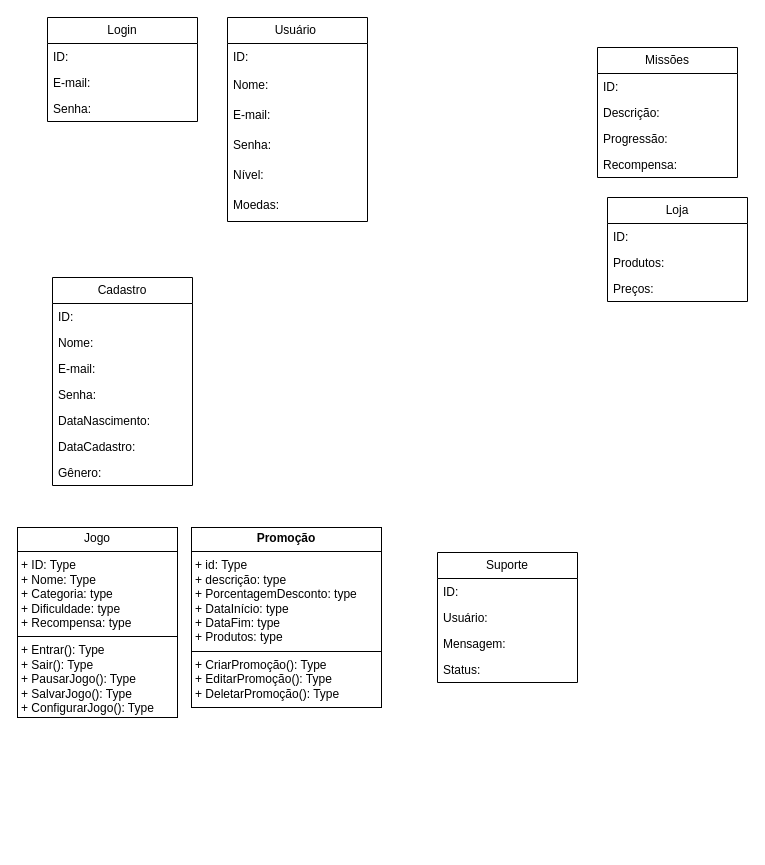
The draw.io diagram page "Página-5" (5 of 5) of Diagrama sem nome.drawio in Emerson0914/diagramasderequisitos, before the edit. Source tidied: cells renumbered, new cells numbered last; positions are measured from the earlier drawing's top-left corner, leaving out a move shared by most shapes. Both pictures are drawn from the tidied source at 100%, with x=0, y=0 at pixel (17, 17).
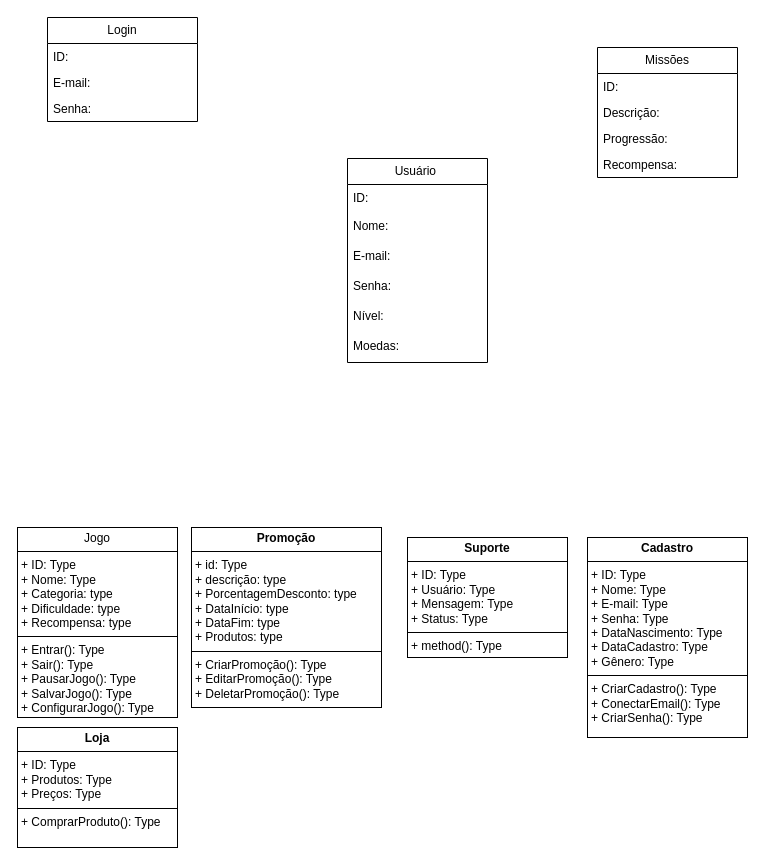
After the change.

The edit, as a diff of the source:
```diff
@@
     <mxCell id="2" value="Usuário&amp;nbsp;" style="swimlane;fontStyle=0;horizontal=1;startSize=26;fillColor=none;whiteSpace=wrap;html=1;" parent="1" vertex="1">
-      <mxGeometry x="210" width="140" height="204" as="geometry" />
+      <mxGeometry x="330" y="141" width="140" height="204" as="geometry" />
     </mxCell>
@@
-    <mxCell id="14" value="Loja" style="swimlane;fontStyle=0;horizontal=1;startSize=26;fillColor=none;whiteSpace=wrap;html=1;" parent="1" vertex="1">
-      <mxGeometry x="590" y="180" width="140" height="104" as="geometry" />
-    </mxCell>
-    <mxCell id="15" value="ID:" style="text;strokeColor=none;fillColor=none;align=left;verticalAlign=top;spacingLeft=4;spacingRight=4;overflow=hidden;whiteSpace=wrap;html=1;" parent="14" vertex="1">
-      <mxGeometry y="26" width="140" height="26" as="geometry" />
-    </mxCell>
-    <mxCell id="16" value="Produtos:" style="text;strokeColor=none;fillColor=none;align=left;verticalAlign=top;spacingLeft=4;spacingRight=4;overflow=hidden;whiteSpace=wrap;html=1;" parent="14" vertex="1">
-      <mxGeometry y="52" width="140" height="26" as="geometry" />
-    </mxCell>
-    <mxCell id="17" value="Preços:" style="text;strokeColor=none;fillColor=none;align=left;verticalAlign=top;spacingLeft=4;spacingRight=4;overflow=hidden;whiteSpace=wrap;html=1;" parent="14" vertex="1">
-      <mxGeometry y="78" width="140" height="26" as="geometry" />
-    </mxCell>
-    <mxCell id="18" value="Suporte" style="swimlane;fontStyle=0;horizontal=1;startSize=26;fillColor=none;whiteSpace=wrap;html=1;" parent="1" vertex="1">
-      <mxGeometry x="420" y="535" width="140" height="130" as="geometry" />
-    </mxCell>
-    <mxCell id="19" value="ID:" style="text;strokeColor=none;fillColor=none;align=left;verticalAlign=top;spacingLeft=4;spacingRight=4;overflow=hidden;whiteSpace=wrap;html=1;" parent="18" vertex="1">
-      <mxGeometry y="26" width="140" height="26" as="geometry" />
-    </mxCell>
-    <mxCell id="20" value="Usuário:" style="text;strokeColor=none;fillColor=none;align=left;verticalAlign=top;spacingLeft=4;spacingRight=4;overflow=hidden;whiteSpace=wrap;html=1;" parent="18" vertex="1">
-      <mxGeometry y="52" width="140" height="26" as="geometry" />
-    </mxCell>
-    <mxCell id="21" value="Mensagem:" style="text;strokeColor=none;fillColor=none;align=left;verticalAlign=top;spacingLeft=4;spacingRight=4;overflow=hidden;whiteSpace=wrap;html=1;" parent="18" vertex="1">
-      <mxGeometry y="78" width="140" height="26" as="geometry" />
-    </mxCell>
-    <mxCell id="22" value="Status:" style="text;strokeColor=none;fillColor=none;align=left;verticalAlign=top;spacingLeft=4;spacingRight=4;overflow=hidden;whiteSpace=wrap;html=1;" parent="18" vertex="1">
-      <mxGeometry y="104" width="140" height="26" as="geometry" />
-    </mxCell>
@@
-    <mxCell id="27" value="Cadastro" style="swimlane;fontStyle=0;horizontal=1;startSize=26;fillColor=none;whiteSpace=wrap;html=1;strokeColor=default;align=center;verticalAlign=middle;fontFamily=Helvetica;fontSize=12;fontColor=default;" parent="1" vertex="1">
-      <mxGeometry x="35" y="260" width="140" height="208" as="geometry" />
-    </mxCell>
-    <mxCell id="28" value="ID:" style="text;strokeColor=none;fillColor=none;align=left;verticalAlign=top;spacingLeft=4;spacingRight=4;overflow=hidden;whiteSpace=wrap;html=1;fontFamily=Helvetica;fontSize=12;fontColor=default;fontStyle=0;" parent="27" vertex="1">
-      <mxGeometry y="26" width="140" height="26" as="geometry" />
-    </mxCell>
-    <mxCell id="29" value="Nome:" style="text;strokeColor=none;fillColor=none;align=left;verticalAlign=top;spacingLeft=4;spacingRight=4;overflow=hidden;whiteSpace=wrap;html=1;fontFamily=Helvetica;fontSize=12;fontColor=default;fontStyle=0;" parent="27" vertex="1">
-      <mxGeometry y="52" width="140" height="26" as="geometry" />
-    </mxCell>
-    <mxCell id="30" value="E-mail:" style="text;strokeColor=none;fillColor=none;align=left;verticalAlign=top;spacingLeft=4;spacingRight=4;overflow=hidden;whiteSpace=wrap;html=1;fontFamily=Helvetica;fontSize=12;fontColor=default;fontStyle=0;" parent="27" vertex="1">
-      <mxGeometry y="78" width="140" height="26" as="geometry" />
-    </mxCell>
-    <mxCell id="31" value="Senha:" style="text;strokeColor=none;fillColor=none;align=left;verticalAlign=top;spacingLeft=4;spacingRight=4;overflow=hidden;whiteSpace=wrap;html=1;fontFamily=Helvetica;fontSize=12;fontColor=default;fontStyle=0;" parent="27" vertex="1">
-      <mxGeometry y="104" width="140" height="26" as="geometry" />
-    </mxCell>
-    <mxCell id="32" value="DataNascimento:" style="text;strokeColor=none;fillColor=none;align=left;verticalAlign=top;spacingLeft=4;spacingRight=4;overflow=hidden;whiteSpace=wrap;html=1;fontFamily=Helvetica;fontSize=12;fontColor=default;fontStyle=0;" parent="27" vertex="1">
-      <mxGeometry y="130" width="140" height="26" as="geometry" />
-    </mxCell>
-    <mxCell id="33" value="DataCadastro:" style="text;strokeColor=none;fillColor=none;align=left;verticalAlign=top;spacingLeft=4;spacingRight=4;overflow=hidden;whiteSpace=wrap;html=1;fontFamily=Helvetica;fontSize=12;fontColor=default;fontStyle=0;" parent="27" vertex="1">
-      <mxGeometry y="156" width="140" height="26" as="geometry" />
-    </mxCell>
-    <mxCell id="34" value="Gênero:" style="text;strokeColor=none;fillColor=none;align=left;verticalAlign=top;spacingLeft=4;spacingRight=4;overflow=hidden;whiteSpace=wrap;html=1;fontFamily=Helvetica;fontSize=12;fontColor=default;fontStyle=0;" parent="27" vertex="1">
-      <mxGeometry y="182" width="140" height="26" as="geometry" />
-    </mxCell>
@@
+    <mxCell id="37" value="&lt;p style=&quot;margin:0px;margin-top:4px;text-align:center;&quot;&gt;&lt;b&gt;Suporte&lt;/b&gt;&lt;/p&gt;&lt;hr size=&quot;1&quot; style=&quot;border-style:solid;&quot;&gt;&lt;p style=&quot;margin:0px;margin-left:4px;&quot;&gt;+ ID: Type&lt;/p&gt;&lt;p style=&quot;margin:0px;margin-left:4px;&quot;&gt;+ Usuário: Type&lt;/p&gt;&lt;p style=&quot;margin:0px;margin-left:4px;&quot;&gt;+ Mensagem: Type&lt;/p&gt;&lt;p style=&quot;margin:0px;margin-left:4px;&quot;&gt;+ Status: Type&lt;/p&gt;&lt;hr size=&quot;1&quot; style=&quot;border-style:solid;&quot;&gt;&lt;p style=&quot;margin:0px;margin-left:4px;&quot;&gt;+ method(): Type&lt;/p&gt;" style="verticalAlign=top;align=left;overflow=fill;html=1;whiteSpace=wrap;" parent="1" vertex="1">
+      <mxGeometry x="390" y="520" width="160" height="120" as="geometry" />
+    </mxCell>
+    <mxCell id="38" value="&lt;p style=&quot;margin:0px;margin-top:4px;text-align:center;&quot;&gt;&lt;b&gt;Cadastro&lt;/b&gt;&lt;/p&gt;&lt;hr size=&quot;1&quot; style=&quot;border-style:solid;&quot;&gt;&lt;p style=&quot;margin:0px;margin-left:4px;&quot;&gt;+ ID: Type&lt;/p&gt;&lt;p style=&quot;margin:0px;margin-left:4px;&quot;&gt;+ Nome: Type&lt;/p&gt;&lt;p style=&quot;margin:0px;margin-left:4px;&quot;&gt;+ E-mail: Type&lt;/p&gt;&lt;p style=&quot;margin:0px;margin-left:4px;&quot;&gt;+ Senha: Type&lt;/p&gt;&lt;p style=&quot;margin:0px;margin-left:4px;&quot;&gt;+ DataNascimento: Type&lt;/p&gt;&lt;p style=&quot;margin:0px;margin-left:4px;&quot;&gt;+ DataCadastro: Type&lt;/p&gt;&lt;p style=&quot;margin:0px;margin-left:4px;&quot;&gt;+ Gênero: Type&lt;/p&gt;&lt;hr size=&quot;1&quot; style=&quot;border-style:solid;&quot;&gt;&lt;p style=&quot;margin:0px;margin-left:4px;&quot;&gt;+ CriarCadastro(): Type&lt;/p&gt;&lt;p style=&quot;margin:0px;margin-left:4px;&quot;&gt;+ ConectarEmail(): Type&lt;/p&gt;&lt;p style=&quot;margin:0px;margin-left:4px;&quot;&gt;+ CriarSenha(): Type&lt;/p&gt;" style="verticalAlign=top;align=left;overflow=fill;html=1;whiteSpace=wrap;" parent="1" vertex="1">
+      <mxGeometry x="570" y="520" width="160" height="200" as="geometry" />
+    </mxCell>
+    <mxCell id="39" value="&lt;p style=&quot;margin:0px;margin-top:4px;text-align:center;&quot;&gt;&lt;b&gt;Loja&lt;/b&gt;&lt;/p&gt;&lt;hr size=&quot;1&quot; style=&quot;border-style:solid;&quot;&gt;&lt;p style=&quot;margin:0px;margin-left:4px;&quot;&gt;+ ID: Type&lt;/p&gt;&lt;p style=&quot;margin:0px;margin-left:4px;&quot;&gt;+ Produtos: Type&lt;/p&gt;&lt;p style=&quot;margin:0px;margin-left:4px;&quot;&gt;+ Preços: Type&lt;/p&gt;&lt;hr size=&quot;1&quot; style=&quot;border-style:solid;&quot;&gt;&lt;p style=&quot;margin:0px;margin-left:4px;&quot;&gt;+ ComprarProduto(): Type&lt;/p&gt;" style="verticalAlign=top;align=left;overflow=fill;html=1;whiteSpace=wrap;" parent="1" vertex="1">
+      <mxGeometry y="710" width="160" height="120" as="geometry" />
+    </mxCell>
```
